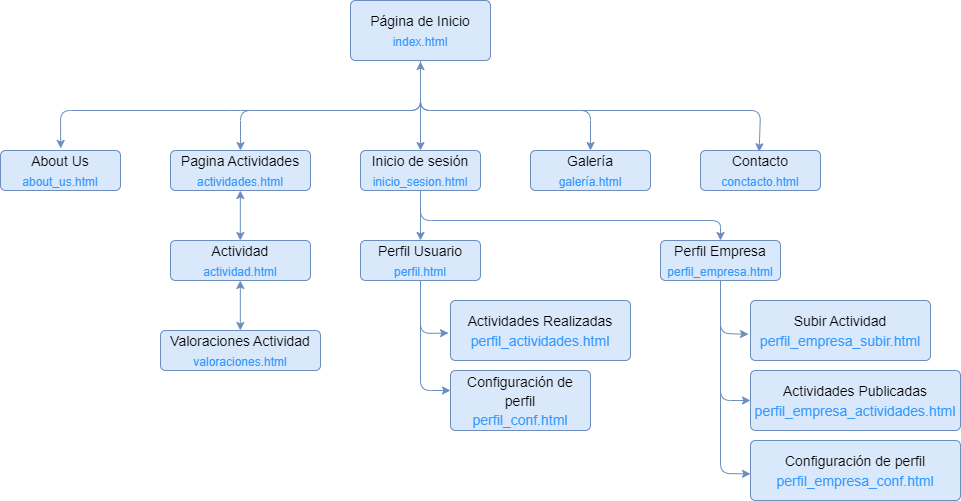
The draw.io diagram P2/SiteMap.png in Yak-madrugador/DIU1.Yak-Madrugador, before a commit. Source tidied: cells renumbered, new cells last; positions are measured from the earlier drawing's top-left corner, leaving out a move shared by most shapes. The source it was exported from:
```xml
<mxGraphModel>
  <root>
    <mxCell id="0" />
    <mxCell id="1" parent="0" />
    <mxCell id="2" value="&lt;font style=&quot;font-size: 14px;&quot;&gt;Página de Inicio&lt;br&gt;&lt;span style=&quot;font-size: 12px;&quot;&gt;&lt;font color=&quot;#3399ff&quot;&gt;index.html&lt;/font&gt;&lt;/span&gt;&lt;br&gt;&lt;/font&gt;" style="html=1;shadow=0;dashed=0;shape=mxgraph.bootstrap.rrect;rSize=5;strokeColor=#6c8ebf;strokeWidth=1;fillColor=#dae8fc;whiteSpace=wrap;align=center;verticalAlign=middle;spacingLeft=0;fontStyle=0;fontSize=16;spacing=5;" parent="1" vertex="1">
      <mxGeometry x="350" width="140" height="60" as="geometry" />
    </mxCell>
    <mxCell id="3" style="endArrow=classic;html=1;fontColor=#3399FF;exitX=0.5;exitY=1.017;exitDx=0;exitDy=0;exitPerimeter=0;startArrow=classic;startFill=1;fillColor=#dae8fc;strokeColor=#6c8ebf;" parent="1" edge="1" source="2">
      <mxGeometry relative="1" as="geometry">
        <mxPoint x="420" y="150" as="targetPoint" />
      </mxGeometry>
    </mxCell>
    <mxCell id="4" value="&lt;font style=&quot;font-size: 14px;&quot;&gt;Inicio de sesión&lt;br&gt;&lt;span style=&quot;font-size: 12px;&quot;&gt;&lt;font color=&quot;#3399ff&quot;&gt;inicio_sesion.html&lt;/font&gt;&lt;/span&gt;&lt;br&gt;&lt;/font&gt;" style="html=1;shadow=0;dashed=0;shape=mxgraph.bootstrap.rrect;rSize=5;strokeColor=#6c8ebf;strokeWidth=1;fillColor=#dae8fc;whiteSpace=wrap;align=center;verticalAlign=middle;spacingLeft=0;fontStyle=0;fontSize=16;spacing=5;" parent="1" vertex="1">
      <mxGeometry x="360" y="150" width="120" height="40" as="geometry" />
    </mxCell>
    <mxCell id="5" style="endArrow=classic;html=1;fontColor=#3399FF;fillColor=#dae8fc;strokeColor=#6c8ebf;" parent="1" edge="1">
      <mxGeometry relative="1" as="geometry">
        <mxPoint x="420" y="70" as="sourcePoint" />
        <mxPoint x="240" y="150" as="targetPoint" />
        <Array as="points">
          <mxPoint x="420" y="110" />
          <mxPoint x="240" y="110" />
        </Array>
      </mxGeometry>
    </mxCell>
    <mxCell id="6" style="endArrow=classic;html=1;fontColor=#3399FF;exitX=0.497;exitY=1.017;exitDx=0;exitDy=0;exitPerimeter=0;fillColor=#dae8fc;strokeColor=#6c8ebf;" parent="1" edge="1">
      <mxGeometry relative="1" as="geometry">
        <mxPoint x="420" y="190" as="sourcePoint" />
        <mxPoint x="420" y="240" as="targetPoint" />
      </mxGeometry>
    </mxCell>
    <mxCell id="7" value="&lt;font style=&quot;&quot;&gt;&lt;font style=&quot;font-size: 14px;&quot;&gt;Perfil Usuario&lt;br&gt;&lt;/font&gt;&lt;font style=&quot;font-size: 12px;&quot; color=&quot;#3399ff&quot;&gt;perfil.html&lt;/font&gt;&lt;br&gt;&lt;/font&gt;" style="html=1;shadow=0;dashed=0;shape=mxgraph.bootstrap.rrect;rSize=5;strokeColor=#6c8ebf;strokeWidth=1;fillColor=#dae8fc;whiteSpace=wrap;align=center;verticalAlign=middle;spacingLeft=0;fontStyle=0;fontSize=16;spacing=5;" parent="1" vertex="1">
      <mxGeometry x="360" y="240" width="120" height="40" as="geometry" />
    </mxCell>
    <mxCell id="8" value="&lt;font style=&quot;&quot;&gt;&lt;font style=&quot;font-size: 14px;&quot;&gt;Actividades Realizadas&lt;br&gt;&lt;font color=&quot;#3399ff&quot;&gt;perfil_actividades.html&lt;/font&gt;&lt;/font&gt;&lt;br&gt;&lt;/font&gt;" style="html=1;shadow=0;dashed=0;shape=mxgraph.bootstrap.rrect;rSize=5;strokeColor=#6c8ebf;strokeWidth=1;fillColor=#dae8fc;whiteSpace=wrap;align=center;verticalAlign=middle;spacingLeft=0;fontStyle=0;fontSize=16;spacing=5;" parent="1" vertex="1">
      <mxGeometry x="450" y="300" width="180" height="60" as="geometry" />
    </mxCell>
    <mxCell id="9" value="&lt;font style=&quot;font-size: 14px;&quot;&gt;Pagina Actividades&lt;br&gt;&lt;span style=&quot;font-size: 12px;&quot;&gt;&lt;font color=&quot;#3399ff&quot;&gt;actividades.html&lt;/font&gt;&lt;/span&gt;&lt;br&gt;&lt;/font&gt;" style="html=1;shadow=0;dashed=0;shape=mxgraph.bootstrap.rrect;rSize=5;strokeColor=#6c8ebf;strokeWidth=1;fillColor=#dae8fc;whiteSpace=wrap;align=center;verticalAlign=middle;spacingLeft=0;fontStyle=0;fontSize=16;spacing=5;" parent="1" vertex="1">
      <mxGeometry x="170" y="150" width="140" height="40" as="geometry" />
    </mxCell>
    <mxCell id="10" style="endArrow=classic;html=1;fontColor=#3399FF;entryX=-0.011;entryY=0.542;entryDx=0;entryDy=0;entryPerimeter=0;fillColor=#dae8fc;strokeColor=#6c8ebf;" parent="1" edge="1" target="8">
      <mxGeometry relative="1" as="geometry">
        <mxPoint x="420" y="280" as="sourcePoint" />
        <Array as="points">
          <mxPoint x="420" y="333" />
        </Array>
      </mxGeometry>
    </mxCell>
    <mxCell id="11" style="endArrow=classic;html=1;fontColor=#3399FF;exitX=0.497;exitY=1.017;exitDx=0;exitDy=0;exitPerimeter=0;startArrow=classic;startFill=1;fillColor=#dae8fc;strokeColor=#6c8ebf;" parent="1" edge="1">
      <mxGeometry relative="1" as="geometry">
        <mxPoint x="239.8" y="190" as="sourcePoint" />
        <mxPoint x="239.8" y="240" as="targetPoint" />
      </mxGeometry>
    </mxCell>
    <mxCell id="12" value="&lt;font style=&quot;font-size: 14px;&quot;&gt;Actividad&lt;br&gt;&lt;span style=&quot;font-size: 12px;&quot;&gt;&lt;font color=&quot;#3399ff&quot;&gt;actividad.html&lt;/font&gt;&lt;/span&gt;&lt;br&gt;&lt;/font&gt;" style="html=1;shadow=0;dashed=0;shape=mxgraph.bootstrap.rrect;rSize=5;strokeColor=#6c8ebf;strokeWidth=1;fillColor=#dae8fc;whiteSpace=wrap;align=center;verticalAlign=middle;spacingLeft=0;fontStyle=0;fontSize=16;spacing=5;" parent="1" vertex="1">
      <mxGeometry x="170" y="240" width="140" height="40" as="geometry" />
    </mxCell>
    <mxCell id="13" value="&lt;font style=&quot;&quot;&gt;&lt;font style=&quot;font-size: 14px;&quot;&gt;Configuración de perfil&lt;br&gt;&lt;font color=&quot;#3399ff&quot;&gt;perfil_conf.html&lt;/font&gt;&lt;/font&gt;&lt;br&gt;&lt;/font&gt;" style="html=1;shadow=0;dashed=0;shape=mxgraph.bootstrap.rrect;rSize=5;strokeColor=#6c8ebf;strokeWidth=1;fillColor=#dae8fc;whiteSpace=wrap;align=center;verticalAlign=middle;spacingLeft=0;fontStyle=0;fontSize=16;spacing=5;" parent="1" vertex="1">
      <mxGeometry x="450" y="370" width="140" height="60" as="geometry" />
    </mxCell>
    <mxCell id="14" style="endArrow=classic;html=1;fontColor=#3399FF;exitX=0.497;exitY=1.017;exitDx=0;exitDy=0;exitPerimeter=0;startArrow=classic;startFill=1;fillColor=#dae8fc;strokeColor=#6c8ebf;" parent="1" edge="1">
      <mxGeometry relative="1" as="geometry">
        <mxPoint x="239.8" y="280" as="sourcePoint" />
        <mxPoint x="239.8" y="330" as="targetPoint" />
      </mxGeometry>
    </mxCell>
    <mxCell id="15" value="&lt;font style=&quot;font-size: 14px;&quot;&gt;Valoraciones Actividad&lt;br&gt;&lt;span style=&quot;font-size: 12px;&quot;&gt;&lt;font color=&quot;#3399ff&quot;&gt;valoraciones.html&lt;/font&gt;&lt;/span&gt;&lt;br&gt;&lt;/font&gt;" style="html=1;shadow=0;dashed=0;shape=mxgraph.bootstrap.rrect;rSize=5;strokeColor=#6c8ebf;strokeWidth=1;fillColor=#dae8fc;whiteSpace=wrap;align=center;verticalAlign=middle;spacingLeft=0;fontStyle=0;fontSize=16;spacing=5;" parent="1" vertex="1">
      <mxGeometry x="160" y="330" width="160" height="40" as="geometry" />
    </mxCell>
    <mxCell id="16" style="endArrow=classic;html=1;fontColor=#3399FF;entryX=0;entryY=0.5;entryDx=0;entryDy=0;entryPerimeter=0;fillColor=#dae8fc;strokeColor=#6c8ebf;" parent="1" edge="1">
      <mxGeometry relative="1" as="geometry">
        <mxPoint x="420" y="280" as="sourcePoint" />
        <mxPoint x="450" y="390" as="targetPoint" />
        <Array as="points">
          <mxPoint x="420" y="390" />
        </Array>
      </mxGeometry>
    </mxCell>
    <mxCell id="17" style="endArrow=classic;html=1;fontColor=#3399FF;entryX=0.502;entryY=-0.05;entryDx=0;entryDy=0;entryPerimeter=0;fillColor=#dae8fc;strokeColor=#6c8ebf;" parent="1" edge="1" target="20">
      <mxGeometry relative="1" as="geometry">
        <mxPoint x="420" y="80" as="sourcePoint" />
        <Array as="points">
          <mxPoint x="420" y="110" />
          <mxPoint x="240" y="110" />
          <mxPoint x="60" y="110" />
        </Array>
      </mxGeometry>
    </mxCell>
    <mxCell id="18" value="&lt;font style=&quot;&quot;&gt;&lt;font style=&quot;font-size: 14px;&quot;&gt;Perfil Empresa&lt;br&gt;&lt;/font&gt;&lt;font style=&quot;font-size: 12px;&quot; color=&quot;#3399ff&quot;&gt;perfil_empresa.html&lt;/font&gt;&lt;br&gt;&lt;/font&gt;" style="html=1;shadow=0;dashed=0;shape=mxgraph.bootstrap.rrect;rSize=5;strokeColor=#6c8ebf;strokeWidth=1;fillColor=#dae8fc;whiteSpace=wrap;align=center;verticalAlign=middle;spacingLeft=0;fontStyle=0;fontSize=16;spacing=5;" parent="1" vertex="1">
      <mxGeometry x="660" y="240" width="120" height="40" as="geometry" />
    </mxCell>
    <mxCell id="19" style="endArrow=classic;html=1;fontColor=#3399FF;entryX=0.5;entryY=0;entryDx=0;entryDy=0;entryPerimeter=0;fillColor=#dae8fc;strokeColor=#6c8ebf;" parent="1" edge="1" target="18">
      <mxGeometry relative="1" as="geometry">
        <mxPoint x="420" y="190" as="sourcePoint" />
        <Array as="points">
          <mxPoint x="420" y="220" />
          <mxPoint x="720" y="220" />
        </Array>
      </mxGeometry>
    </mxCell>
    <mxCell id="20" value="&lt;font style=&quot;&quot;&gt;&lt;font style=&quot;font-size: 14px;&quot;&gt;About Us&lt;br&gt;&lt;/font&gt;&lt;font style=&quot;font-size: 12px;&quot; color=&quot;#3399ff&quot;&gt;about_us.html&lt;/font&gt;&lt;br&gt;&lt;/font&gt;" style="html=1;shadow=0;dashed=0;shape=mxgraph.bootstrap.rrect;rSize=5;strokeColor=#6c8ebf;strokeWidth=1;fillColor=#dae8fc;whiteSpace=wrap;align=center;verticalAlign=middle;spacingLeft=0;fontStyle=0;fontSize=16;spacing=5;" parent="1" vertex="1">
      <mxGeometry y="150" width="120" height="40" as="geometry" />
    </mxCell>
    <mxCell id="21" value="&lt;font style=&quot;&quot;&gt;&lt;font style=&quot;font-size: 14px;&quot;&gt;Subir Actividad&lt;br&gt;&lt;font color=&quot;#3399ff&quot;&gt;perfil_empresa_subir.html&lt;/font&gt;&lt;/font&gt;&lt;br&gt;&lt;/font&gt;" style="html=1;shadow=0;dashed=0;shape=mxgraph.bootstrap.rrect;rSize=5;strokeColor=#6c8ebf;strokeWidth=1;fillColor=#dae8fc;whiteSpace=wrap;align=center;verticalAlign=middle;spacingLeft=0;fontStyle=0;fontSize=16;spacing=5;" parent="1" vertex="1">
      <mxGeometry x="750" y="300" width="180" height="60" as="geometry" />
    </mxCell>
    <mxCell id="22" value="&lt;font style=&quot;&quot;&gt;&lt;font style=&quot;font-size: 14px;&quot;&gt;Actividades Publicadas&lt;br&gt;&lt;font color=&quot;#3399ff&quot;&gt;perfil_empresa_actividades.html&lt;/font&gt;&lt;/font&gt;&lt;br&gt;&lt;/font&gt;" style="html=1;shadow=0;dashed=0;shape=mxgraph.bootstrap.rrect;rSize=5;strokeColor=#6c8ebf;strokeWidth=1;fillColor=#dae8fc;whiteSpace=wrap;align=center;verticalAlign=middle;spacingLeft=0;fontStyle=0;fontSize=16;spacing=5;" parent="1" vertex="1">
      <mxGeometry x="750" y="370" width="210" height="60" as="geometry" />
    </mxCell>
    <mxCell id="23" value="&lt;font style=&quot;&quot;&gt;&lt;font style=&quot;font-size: 14px;&quot;&gt;Galería&lt;br&gt;&lt;/font&gt;&lt;font style=&quot;font-size: 12px;&quot; color=&quot;#3399ff&quot;&gt;galería.html&lt;/font&gt;&lt;br&gt;&lt;/font&gt;" style="html=1;shadow=0;dashed=0;shape=mxgraph.bootstrap.rrect;rSize=5;strokeColor=#6c8ebf;strokeWidth=1;fillColor=#dae8fc;whiteSpace=wrap;align=center;verticalAlign=middle;spacingLeft=0;fontStyle=0;fontSize=16;spacing=5;" parent="1" vertex="1">
      <mxGeometry x="530" y="150" width="120" height="40" as="geometry" />
    </mxCell>
    <mxCell id="24" style="endArrow=classic;html=1;fontColor=#3399FF;entryX=0.5;entryY=0;entryDx=0;entryDy=0;entryPerimeter=0;fillColor=#dae8fc;strokeColor=#6c8ebf;" parent="1" edge="1" target="23">
      <mxGeometry relative="1" as="geometry">
        <mxPoint x="420" y="60" as="sourcePoint" />
        <Array as="points">
          <mxPoint x="420" y="110" />
          <mxPoint x="590" y="110" />
        </Array>
      </mxGeometry>
    </mxCell>
    <mxCell id="25" style="endArrow=classic;html=1;fontColor=#3399FF;entryX=-0.011;entryY=0.562;entryDx=0;entryDy=0;entryPerimeter=0;fillColor=#dae8fc;strokeColor=#6c8ebf;" parent="1" edge="1" target="21">
      <mxGeometry relative="1" as="geometry">
        <mxPoint x="720" y="280" as="sourcePoint" />
        <Array as="points">
          <mxPoint x="720" y="333" />
        </Array>
      </mxGeometry>
    </mxCell>
    <mxCell id="26" value="&lt;font style=&quot;&quot;&gt;&lt;font style=&quot;font-size: 14px;&quot;&gt;Configuración de perfil&lt;br&gt;&lt;font color=&quot;#3399ff&quot;&gt;perfil_empresa_conf.html&lt;/font&gt;&lt;/font&gt;&lt;br&gt;&lt;/font&gt;" style="html=1;shadow=0;dashed=0;shape=mxgraph.bootstrap.rrect;rSize=5;strokeColor=#6c8ebf;strokeWidth=1;fillColor=#dae8fc;whiteSpace=wrap;align=center;verticalAlign=middle;spacingLeft=0;fontStyle=0;fontSize=16;spacing=5;" parent="1" vertex="1">
      <mxGeometry x="750" y="440" width="210" height="60" as="geometry" />
    </mxCell>
    <mxCell id="27" style="endArrow=classic;html=1;fontColor=#3399FF;entryX=0;entryY=0.5;entryDx=0;entryDy=0;entryPerimeter=0;fillColor=#dae8fc;strokeColor=#6c8ebf;" parent="1" edge="1">
      <mxGeometry relative="1" as="geometry">
        <mxPoint x="720" y="280" as="sourcePoint" />
        <mxPoint x="750" y="400" as="targetPoint" />
        <Array as="points">
          <mxPoint x="720" y="400" />
        </Array>
      </mxGeometry>
    </mxCell>
    <mxCell id="28" style="endArrow=classic;html=1;fontColor=#3399FF;entryX=0;entryY=0.557;entryDx=0;entryDy=0;entryPerimeter=0;fillColor=#dae8fc;strokeColor=#6c8ebf;" parent="1" edge="1" target="26">
      <mxGeometry relative="1" as="geometry">
        <mxPoint x="720" y="280" as="sourcePoint" />
        <Array as="points">
          <mxPoint x="720" y="473" />
        </Array>
      </mxGeometry>
    </mxCell>
    <mxCell id="29" value="&lt;font style=&quot;&quot;&gt;&lt;font style=&quot;font-size: 14px;&quot;&gt;Contacto&lt;br&gt;&lt;/font&gt;&lt;font style=&quot;font-size: 12px;&quot; color=&quot;#3399ff&quot;&gt;conctacto.html&lt;/font&gt;&lt;br&gt;&lt;/font&gt;" style="html=1;shadow=0;dashed=0;shape=mxgraph.bootstrap.rrect;rSize=5;strokeColor=#6c8ebf;strokeWidth=1;fillColor=#dae8fc;whiteSpace=wrap;align=center;verticalAlign=middle;spacingLeft=0;fontStyle=0;fontSize=16;spacing=5;" parent="1" vertex="1">
      <mxGeometry x="700" y="150" width="120" height="40" as="geometry" />
    </mxCell>
    <mxCell id="30" style="endArrow=classic;html=1;fontColor=#3399FF;entryX=0.489;entryY=0.033;entryDx=0;entryDy=0;entryPerimeter=0;fillColor=#dae8fc;strokeColor=#6c8ebf;" parent="1" edge="1" target="29">
      <mxGeometry relative="1" as="geometry">
        <mxPoint x="420" y="60" as="sourcePoint" />
        <Array as="points">
          <mxPoint x="420" y="110" />
          <mxPoint x="760" y="110" />
        </Array>
      </mxGeometry>
    </mxCell>
  </root>
</mxGraphModel>
```
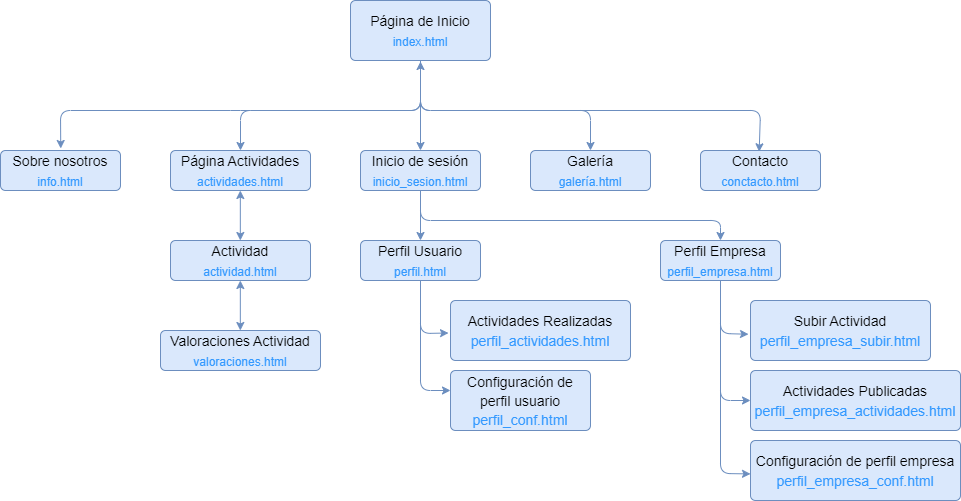
Above is the later version.

Commit message:
Sitemap Nuevo

Change to the diagram source:
```diff
@@ -35,7 +35,7 @@
     <mxCell id="8" value="&lt;font style=&quot;&quot;&gt;&lt;font style=&quot;font-size: 14px;&quot;&gt;Actividades Realizadas&lt;br&gt;&lt;font color=&quot;#3399ff&quot;&gt;perfil_actividades.html&lt;/font&gt;&lt;/font&gt;&lt;br&gt;&lt;/font&gt;" style="html=1;shadow=0;dashed=0;shape=mxgraph.bootstrap.rrect;rSize=5;strokeColor=#6c8ebf;strokeWidth=1;fillColor=#dae8fc;whiteSpace=wrap;align=center;verticalAlign=middle;spacingLeft=0;fontStyle=0;fontSize=16;spacing=5;" parent="1" vertex="1">
       <mxGeometry x="450" y="300" width="180" height="60" as="geometry" />
     </mxCell>
-    <mxCell id="9" value="&lt;font style=&quot;font-size: 14px;&quot;&gt;Pagina Actividades&lt;br&gt;&lt;span style=&quot;font-size: 12px;&quot;&gt;&lt;font color=&quot;#3399ff&quot;&gt;actividades.html&lt;/font&gt;&lt;/span&gt;&lt;br&gt;&lt;/font&gt;" style="html=1;shadow=0;dashed=0;shape=mxgraph.bootstrap.rrect;rSize=5;strokeColor=#6c8ebf;strokeWidth=1;fillColor=#dae8fc;whiteSpace=wrap;align=center;verticalAlign=middle;spacingLeft=0;fontStyle=0;fontSize=16;spacing=5;" parent="1" vertex="1">
+    <mxCell id="9" value="&lt;font style=&quot;font-size: 14px;&quot;&gt;Página Actividades&lt;br&gt;&lt;span style=&quot;font-size: 12px;&quot;&gt;&lt;font color=&quot;#3399ff&quot;&gt;actividades.html&lt;/font&gt;&lt;/span&gt;&lt;br&gt;&lt;/font&gt;" style="html=1;shadow=0;dashed=0;shape=mxgraph.bootstrap.rrect;rSize=5;strokeColor=#6c8ebf;strokeWidth=1;fillColor=#dae8fc;whiteSpace=wrap;align=center;verticalAlign=middle;spacingLeft=0;fontStyle=0;fontSize=16;spacing=5;" parent="1" vertex="1">
       <mxGeometry x="170" y="150" width="140" height="40" as="geometry" />
     </mxCell>
     <mxCell id="10" style="endArrow=classic;html=1;fontColor=#3399FF;entryX=-0.011;entryY=0.542;entryDx=0;entryDy=0;entryPerimeter=0;fillColor=#dae8fc;strokeColor=#6c8ebf;" parent="1" edge="1" target="8">
@@ -55,7 +55,7 @@
     <mxCell id="12" value="&lt;font style=&quot;font-size: 14px;&quot;&gt;Actividad&lt;br&gt;&lt;span style=&quot;font-size: 12px;&quot;&gt;&lt;font color=&quot;#3399ff&quot;&gt;actividad.html&lt;/font&gt;&lt;/span&gt;&lt;br&gt;&lt;/font&gt;" style="html=1;shadow=0;dashed=0;shape=mxgraph.bootstrap.rrect;rSize=5;strokeColor=#6c8ebf;strokeWidth=1;fillColor=#dae8fc;whiteSpace=wrap;align=center;verticalAlign=middle;spacingLeft=0;fontStyle=0;fontSize=16;spacing=5;" parent="1" vertex="1">
       <mxGeometry x="170" y="240" width="140" height="40" as="geometry" />
     </mxCell>
-    <mxCell id="13" value="&lt;font style=&quot;&quot;&gt;&lt;font style=&quot;font-size: 14px;&quot;&gt;Configuración de perfil&lt;br&gt;&lt;font color=&quot;#3399ff&quot;&gt;perfil_conf.html&lt;/font&gt;&lt;/font&gt;&lt;br&gt;&lt;/font&gt;" style="html=1;shadow=0;dashed=0;shape=mxgraph.bootstrap.rrect;rSize=5;strokeColor=#6c8ebf;strokeWidth=1;fillColor=#dae8fc;whiteSpace=wrap;align=center;verticalAlign=middle;spacingLeft=0;fontStyle=0;fontSize=16;spacing=5;" parent="1" vertex="1">
+    <mxCell id="13" value="&lt;font style=&quot;&quot;&gt;&lt;font style=&quot;font-size: 14px;&quot;&gt;Configuración de perfil usuario&lt;br&gt;&lt;font color=&quot;#3399ff&quot;&gt;perfil_conf.html&lt;/font&gt;&lt;/font&gt;&lt;br&gt;&lt;/font&gt;" style="html=1;shadow=0;dashed=0;shape=mxgraph.bootstrap.rrect;rSize=5;strokeColor=#6c8ebf;strokeWidth=1;fillColor=#dae8fc;whiteSpace=wrap;align=center;verticalAlign=middle;spacingLeft=0;fontStyle=0;fontSize=16;spacing=5;" parent="1" vertex="1">
       <mxGeometry x="450" y="370" width="140" height="60" as="geometry" />
     </mxCell>
     <mxCell id="14" style="endArrow=classic;html=1;fontColor=#3399FF;exitX=0.497;exitY=1.017;exitDx=0;exitDy=0;exitPerimeter=0;startArrow=classic;startFill=1;fillColor=#dae8fc;strokeColor=#6c8ebf;" parent="1" edge="1">
@@ -98,7 +98,7 @@
         </Array>
       </mxGeometry>
     </mxCell>
-    <mxCell id="20" value="&lt;font style=&quot;&quot;&gt;&lt;font style=&quot;font-size: 14px;&quot;&gt;About Us&lt;br&gt;&lt;/font&gt;&lt;font style=&quot;font-size: 12px;&quot; color=&quot;#3399ff&quot;&gt;about_us.html&lt;/font&gt;&lt;br&gt;&lt;/font&gt;" style="html=1;shadow=0;dashed=0;shape=mxgraph.bootstrap.rrect;rSize=5;strokeColor=#6c8ebf;strokeWidth=1;fillColor=#dae8fc;whiteSpace=wrap;align=center;verticalAlign=middle;spacingLeft=0;fontStyle=0;fontSize=16;spacing=5;" parent="1" vertex="1">
+    <mxCell id="20" value="&lt;font style=&quot;&quot;&gt;&lt;font style=&quot;font-size: 14px;&quot;&gt;Sobre nosotros&lt;br&gt;&lt;/font&gt;&lt;font style=&quot;font-size: 12px;&quot; color=&quot;#3399ff&quot;&gt;info.html&lt;/font&gt;&lt;br&gt;&lt;/font&gt;" style="html=1;shadow=0;dashed=0;shape=mxgraph.bootstrap.rrect;rSize=5;strokeColor=#6c8ebf;strokeWidth=1;fillColor=#dae8fc;whiteSpace=wrap;align=center;verticalAlign=middle;spacingLeft=0;fontStyle=0;fontSize=16;spacing=5;" parent="1" vertex="1">
       <mxGeometry y="150" width="120" height="40" as="geometry" />
     </mxCell>
     <mxCell id="21" value="&lt;font style=&quot;&quot;&gt;&lt;font style=&quot;font-size: 14px;&quot;&gt;Subir Actividad&lt;br&gt;&lt;font color=&quot;#3399ff&quot;&gt;perfil_empresa_subir.html&lt;/font&gt;&lt;/font&gt;&lt;br&gt;&lt;/font&gt;" style="html=1;shadow=0;dashed=0;shape=mxgraph.bootstrap.rrect;rSize=5;strokeColor=#6c8ebf;strokeWidth=1;fillColor=#dae8fc;whiteSpace=wrap;align=center;verticalAlign=middle;spacingLeft=0;fontStyle=0;fontSize=16;spacing=5;" parent="1" vertex="1">
@@ -127,7 +127,7 @@
         </Array>
       </mxGeometry>
     </mxCell>
-    <mxCell id="26" value="&lt;font style=&quot;&quot;&gt;&lt;font style=&quot;font-size: 14px;&quot;&gt;Configuración de perfil&lt;br&gt;&lt;font color=&quot;#3399ff&quot;&gt;perfil_empresa_conf.html&lt;/font&gt;&lt;/font&gt;&lt;br&gt;&lt;/font&gt;" style="html=1;shadow=0;dashed=0;shape=mxgraph.bootstrap.rrect;rSize=5;strokeColor=#6c8ebf;strokeWidth=1;fillColor=#dae8fc;whiteSpace=wrap;align=center;verticalAlign=middle;spacingLeft=0;fontStyle=0;fontSize=16;spacing=5;" parent="1" vertex="1">
+    <mxCell id="26" value="&lt;font style=&quot;&quot;&gt;&lt;font style=&quot;font-size: 14px;&quot;&gt;Configuración de perfil empresa&lt;br&gt;&lt;font color=&quot;#3399ff&quot;&gt;perfil_empresa_conf.html&lt;/font&gt;&lt;/font&gt;&lt;br&gt;&lt;/font&gt;" style="html=1;shadow=0;dashed=0;shape=mxgraph.bootstrap.rrect;rSize=5;strokeColor=#6c8ebf;strokeWidth=1;fillColor=#dae8fc;whiteSpace=wrap;align=center;verticalAlign=middle;spacingLeft=0;fontStyle=0;fontSize=16;spacing=5;" parent="1" vertex="1">
       <mxGeometry x="750" y="440" width="210" height="60" as="geometry" />
     </mxCell>
     <mxCell id="27" style="endArrow=classic;html=1;fontColor=#3399FF;entryX=0;entryY=0.5;entryDx=0;entryDy=0;entryPerimeter=0;fillColor=#dae8fc;strokeColor=#6c8ebf;" parent="1" edge="1">
```
